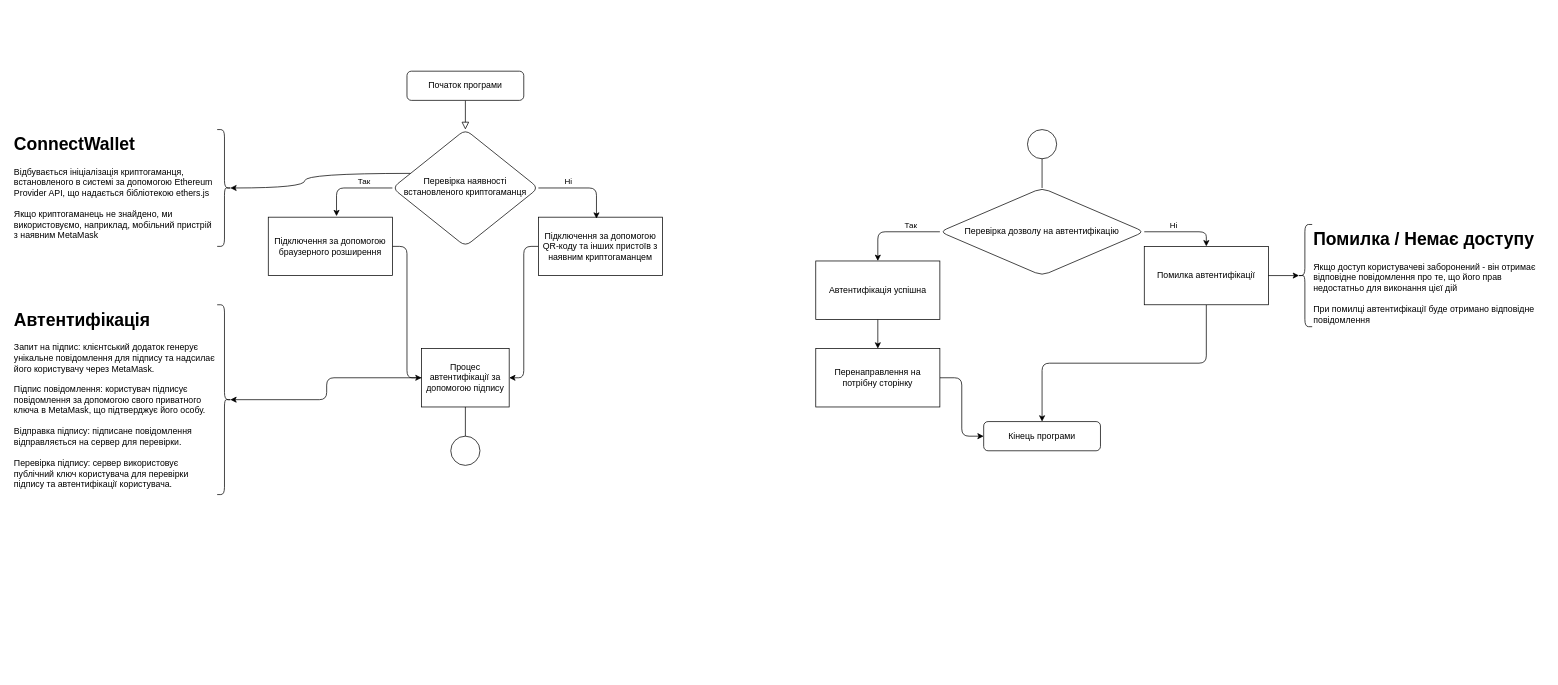
Earlier version of the draw.io diagram Flowchart.drawio (ZhurbaCreations/APIv2). Source tidied: cells renumbered, new cells numbered last; positions are measured from the earlier drawing's top-left corner, leaving out a move shared by most shapes. Both pictures are drawn from the tidied source at 73%, with x=0, y=0 at pixel (12, 71).
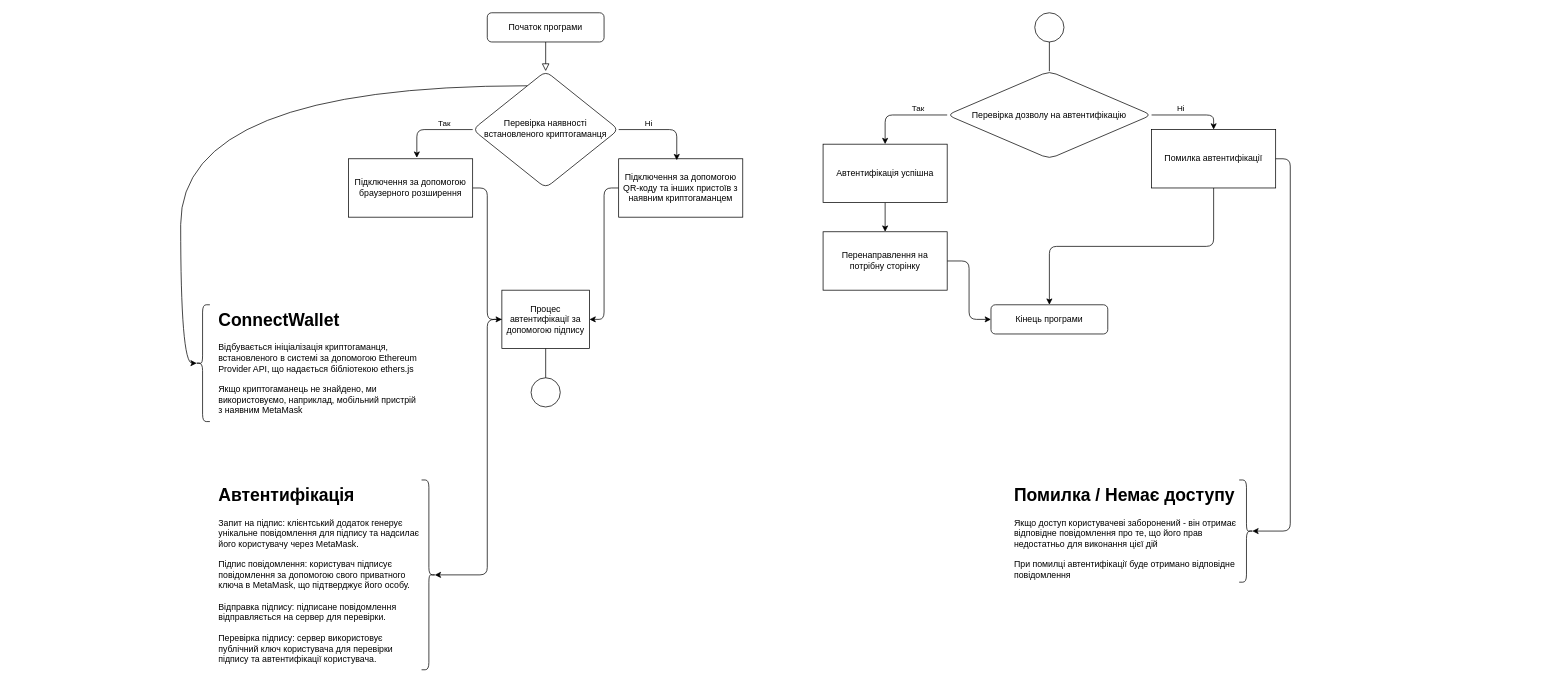
After the change.

What changed in the source:
```diff
@@
     <mxCell id="3" value="Початок програми" style="rounded=1;whiteSpace=wrap;html=1;fontSize=12;glass=0;strokeWidth=1;shadow=0;" parent="1" vertex="1">
-      <mxGeometry x="540" width="160" height="40" as="geometry" />
+      <mxGeometry x="650" y="-80" width="160" height="40" as="geometry" />
     </mxCell>
     <mxCell id="4" style="rounded=0;jettySize=auto;html=1;entryX=0.1;entryY=0.5;entryDx=0;entryDy=0;entryPerimeter=0;edgeStyle=orthogonalEdgeStyle;curved=1;strokeColor=default;" parent="1" edge="1" source="5" target="32">
       <mxGeometry relative="1" as="geometry">
         <Array as="points">
-          <mxPoint x="400" y="140" />
-          <mxPoint x="400" y="160" />
+          <mxPoint x="230" y="20" />
+          <mxPoint x="230" y="400" />
         </Array>
       </mxGeometry>
     </mxCell>
     <mxCell id="5" value="Перевірка наявності встановленого криптогаманця" style="rhombus;whiteSpace=wrap;html=1;shadow=0;fontFamily=Helvetica;fontSize=12;align=center;strokeWidth=1;spacing=6;spacingTop=-4;rounded=1;" parent="1" vertex="1">
-      <mxGeometry x="520" y="80" width="200" height="160" as="geometry" />
+      <mxGeometry x="630" width="200" height="160" as="geometry" />
     </mxCell>
     <mxCell id="6" style="edgeStyle=orthogonalEdgeStyle;rounded=1;orthogonalLoop=1;jettySize=auto;html=1;exitX=0.5;exitY=1;exitDx=0;exitDy=0;" parent="1" edge="1">
       <mxGeometry relative="1" as="geometry">
-        <mxPoint x="480" y="280" as="sourcePoint" />
-        <mxPoint x="480" y="280" as="targetPoint" />
+        <mxPoint x="590" y="200" as="sourcePoint" />
+        <mxPoint x="590" y="200" as="targetPoint" />
       </mxGeometry>
     </mxCell>
@@
     <mxCell id="8" value="Підключення за допомогою QR-коду та інших пристоїв з наявним криптогаманцем" style="rounded=0;whiteSpace=wrap;html=1;" parent="1" vertex="1">
-      <mxGeometry x="720" y="200" width="170" height="80" as="geometry" />
+      <mxGeometry x="830" y="120" width="170" height="80" as="geometry" />
     </mxCell>
@@
     <mxCell id="10" value="Підключення за допомогою браузерного розширення" style="rounded=0;whiteSpace=wrap;html=1;" parent="1" vertex="1">
-      <mxGeometry x="350" y="200" width="170" height="80" as="geometry" />
+      <mxGeometry x="460" y="120" width="170" height="80" as="geometry" />
     </mxCell>
     <mxCell id="11" style="edgeStyle=orthogonalEdgeStyle;rounded=1;jettySize=auto;html=1;entryX=0.468;entryY=0.025;entryDx=0;entryDy=0;entryPerimeter=0;" parent="1" edge="1" source="5" target="8">
       <mxGeometry relative="1" as="geometry">
         <Array as="points">
-          <mxPoint x="800" y="160" />
+          <mxPoint x="910" y="80" />
         </Array>
       </mxGeometry>
     </mxCell>
@@
     <mxCell id="13" style="edgeStyle=orthogonalEdgeStyle;rounded=1;jettySize=auto;html=1;entryX=0.55;entryY=-0.017;entryDx=0;entryDy=0;entryPerimeter=0;" parent="1" edge="1" source="5" target="10">
       <mxGeometry relative="1" as="geometry">
         <Array as="points">
-          <mxPoint x="444" y="160" />
+          <mxPoint x="554" y="80" />
         </Array>
       </mxGeometry>
     </mxCell>
@@
     <mxCell id="15" value="Процес автентифікації за допомогою підпису" style="rounded=0;whiteSpace=wrap;html=1;" parent="1" vertex="1">
-      <mxGeometry x="560" y="380" width="120" height="80" as="geometry" />
+      <mxGeometry x="670" y="300" width="120" height="80" as="geometry" />
     </mxCell>
     <mxCell id="16" style="edgeStyle=orthogonalEdgeStyle;rounded=1;jettySize=auto;html=1;entryX=0.5;entryY=0;entryDx=0;entryDy=0;" parent="1" edge="1" source="20" target="26">
       <mxGeometry relative="1" as="geometry">
         <Array as="points">
-          <mxPoint x="1185" y="220" />
+          <mxPoint x="1195" y="60" />
         </Array>
       </mxGeometry>
     </mxCell>
@@
     <mxCell id="18" style="edgeStyle=orthogonalEdgeStyle;rounded=1;jettySize=auto;html=1;entryX=0.5;entryY=0;entryDx=0;entryDy=0;" parent="1" edge="1" source="20" target="28">
       <mxGeometry relative="1" as="geometry">
         <Array as="points">
-          <mxPoint x="1635" y="220" />
+          <mxPoint x="1645" y="60" />
         </Array>
       </mxGeometry>
     </mxCell>
@@
     <mxCell id="20" value="&lt;div style=&quot;font-size: 12px;&quot;&gt;&lt;span style=&quot;background-color: initial;&quot;&gt;&lt;font style=&quot;font-size: 12px;&quot;&gt;Перевірка&amp;nbsp;&lt;/font&gt;&lt;/span&gt;&lt;span style=&quot;background-color: initial;&quot;&gt;дозволу на автентифікацію&lt;/span&gt;&lt;/div&gt;" style="rhombus;whiteSpace=wrap;html=1;rounded=1;align=center;verticalAlign=middle;horizontal=1;fontSize=10;" parent="1" vertex="1">
-      <mxGeometry x="1270" y="160" width="280" height="120" as="geometry" />
+      <mxGeometry x="1280" width="280" height="120" as="geometry" />
     </mxCell>
     <mxCell id="21" style="ellipse;whiteSpace=wrap;html=1;rounded=1;" parent="1" vertex="1">
-      <mxGeometry x="600" y="500" width="40" height="40" as="geometry" />
+      <mxGeometry x="710" y="420" width="40" height="40" as="geometry" />
     </mxCell>
@@
     <mxCell id="23" style="ellipse;whiteSpace=wrap;html=1;rounded=1;" parent="1" vertex="1">
-      <mxGeometry x="1390" y="80" width="40" height="40" as="geometry" />
+      <mxGeometry x="1400" y="-80" width="40" height="40" as="geometry" />
     </mxCell>
@@
     <mxCell id="26" value="Автентифікація успішна" style="rounded=0;whiteSpace=wrap;html=1;" parent="1" vertex="1">
-      <mxGeometry x="1100" y="260" width="170" height="80" as="geometry" />
+      <mxGeometry x="1110" y="100" width="170" height="80" as="geometry" />
     </mxCell>
@@
     <mxCell id="28" value="Помилка автентифікації" style="rounded=0;whiteSpace=wrap;html=1;" parent="1" vertex="1">
-      <mxGeometry x="1550" y="240" width="170" height="80" as="geometry" />
+      <mxGeometry x="1560" y="80" width="170" height="80" as="geometry" />
     </mxCell>
@@
     <mxCell id="30" value="Перенаправлення на потрібну сторінку" style="rounded=0;whiteSpace=wrap;html=1;" parent="1" vertex="1">
-      <mxGeometry x="1100" y="380" width="170" height="80" as="geometry" />
+      <mxGeometry x="1110" y="220" width="170" height="80" as="geometry" />
     </mxCell>
     <mxCell id="31" value="Кінець програми" style="rounded=1;whiteSpace=wrap;html=1;" parent="1" vertex="1">
-      <mxGeometry x="1330" y="480" width="160" height="40" as="geometry" />
+      <mxGeometry x="1340" y="320" width="160" height="40" as="geometry" />
     </mxCell>
-    <mxCell id="32" style="shape=curlyBracket;whiteSpace=wrap;html=1;rounded=1;flipH=1;labelPosition=right;verticalLabelPosition=middle;align=left;verticalAlign=middle;" parent="1" vertex="1">
-      <mxGeometry x="280" y="80" width="20" height="160" as="geometry" />
+    <mxCell id="32" style="shape=curlyBracket;whiteSpace=wrap;html=1;rounded=1;flipH=1;labelPosition=right;verticalLabelPosition=middle;align=left;verticalAlign=middle;direction=west;" parent="1" vertex="1">
+      <mxGeometry x="250" y="320" width="20" height="160" as="geometry" />
     </mxCell>
     <mxCell id="33" value="&lt;h1 style=&quot;margin-top: 0px;&quot;&gt;ConnectWallet&lt;/h1&gt;&lt;div&gt;Відбувається ініціалізація криптогаманця, встановленого в системі за допомогою Ethereum Provider API, що надається бібліотекою ethers.js&lt;/div&gt;&lt;div&gt;&lt;br&gt;&lt;/div&gt;&lt;div&gt;Якщо криптогаманець не знайдено, ми використовуємо, наприклад, мобільний пристрій з наявним MetaMask&lt;/div&gt;" style="text;html=1;whiteSpace=wrap;overflow=hidden;rounded=0;" parent="1" vertex="1">
-      <mxGeometry y="80" width="280" height="160" as="geometry" />
+      <mxGeometry x="280" y="320" width="280" height="160" as="geometry" />
     </mxCell>
-    <mxCell id="34" style="shape=curlyBracket;whiteSpace=wrap;html=1;rounded=1;flipH=1;labelPosition=right;verticalLabelPosition=middle;align=left;verticalAlign=middle;" parent="1" vertex="1">
-      <mxGeometry x="280" y="320" width="20" height="260" as="geometry" />
+    <mxCell id="34" style="shape=curlyBracket;whiteSpace=wrap;html=1;rounded=1;flipH=1;labelPosition=right;verticalLabelPosition=middle;align=left;verticalAlign=middle;direction=east;" parent="1" vertex="1">
+      <mxGeometry x="560" y="560" width="20" height="260" as="geometry" />
     </mxCell>
     <mxCell id="35" style="edgeStyle=orthogonalEdgeStyle;rounded=1;jettySize=auto;html=1;entryX=0.1;entryY=0.5;entryDx=0;entryDy=0;entryPerimeter=0;" parent="1" edge="1" source="15" target="34">
-      <mxGeometry relative="1" as="geometry" />
+      <mxGeometry relative="1" as="geometry">
+        <Array as="points">
+          <mxPoint x="650" y="340" />
+          <mxPoint x="650" y="690" />
+        </Array>
+      </mxGeometry>
     </mxCell>
     <mxCell id="36" value="&lt;h1 style=&quot;margin-top: 0px;&quot;&gt;Автентифікація&lt;/h1&gt;&lt;div&gt;&lt;div&gt;Запит на підпис: клієнтський додаток генерує унікальне повідомлення для підпису та надсилає його користувачу через MetaMask.&lt;/div&gt;&lt;div&gt;&lt;br&gt;&lt;/div&gt;&lt;div&gt;Підпис повідомлення: користувач підписує повідомлення за допомогою свого приватного ключа в MetaMask, що підтверджує його особу.&lt;/div&gt;&lt;div&gt;&lt;br&gt;&lt;/div&gt;&lt;div&gt;Відправка підпису: підписане повідомлення відправляється на сервер для перевірки.&lt;/div&gt;&lt;div&gt;&lt;br&gt;&lt;/div&gt;&lt;div&gt;Перевірка підпису: сервер використовує публічний ключ користувача для перевірки підпису та автентифікації користувача.&lt;/div&gt;&lt;/div&gt;" style="text;html=1;whiteSpace=wrap;overflow=hidden;rounded=0;" parent="1" vertex="1">
-      <mxGeometry y="320" width="280" height="260" as="geometry" />
+      <mxGeometry x="280" y="560" width="280" height="260" as="geometry" />
     </mxCell>
-    <mxCell id="37" style="shape=curlyBracket;whiteSpace=wrap;html=1;rounded=1;labelPosition=left;verticalLabelPosition=middle;align=right;verticalAlign=middle;" parent="1" vertex="1">
-      <mxGeometry x="1760" y="210" width="20" height="140" as="geometry" />
+    <mxCell id="37" style="shape=curlyBracket;whiteSpace=wrap;html=1;rounded=1;labelPosition=left;verticalLabelPosition=middle;align=right;verticalAlign=middle;direction=west;" parent="1" vertex="1">
+      <mxGeometry x="1680" y="560" width="20" height="140" as="geometry" />
     </mxCell>
     <mxCell id="38" style="edgeStyle=orthogonalEdgeStyle;rounded=1;jettySize=auto;html=1;exitX=1;exitY=0.5;exitDx=0;exitDy=0;entryX=0.1;entryY=0.5;entryDx=0;entryDy=0;entryPerimeter=0;" parent="1" edge="1" source="28" target="37">
-      <mxGeometry relative="1" as="geometry" />
+      <mxGeometry relative="1" as="geometry">
+        <Array as="points">
+          <mxPoint x="1750" y="120" />
+          <mxPoint x="1750" y="630" />
+        </Array>
+      </mxGeometry>
     </mxCell>
     <mxCell id="39" value="&lt;h1 style=&quot;margin-top: 0px;&quot;&gt;Помилка / Немає доступу&lt;/h1&gt;&lt;div&gt;Якщо доступ користувачеві заборонений - він отримає відповідне повідомлення про те, що його прав недостатньо для виконання цієї дій&lt;/div&gt;&lt;div&gt;&lt;br&gt;&lt;/div&gt;&lt;div&gt;При помилці автентифікації буде отримано відповідне повідомлення&lt;/div&gt;" style="text;html=1;whiteSpace=wrap;overflow=hidden;rounded=0;" parent="1" vertex="1">
-      <mxGeometry x="1780" y="210" width="320" height="140" as="geometry" />
+      <mxGeometry x="1370" y="560" width="320" height="140" as="geometry" />
     </mxCell>
```
